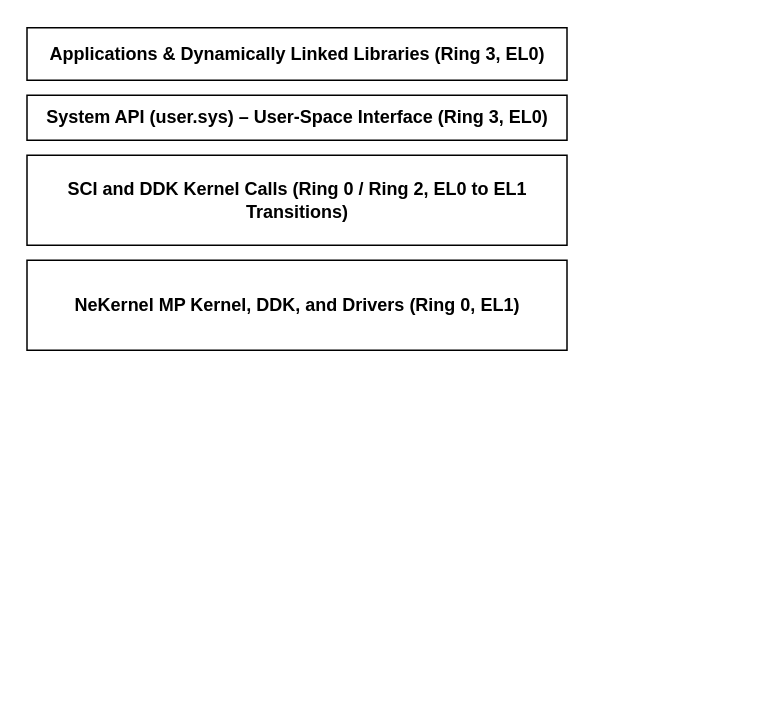
This is docs/drawio/OS_DESIGN.drawio from nekernel-org/nekernel, a draw.io file, before an edit. Source tidied: cells renumbered, new cells numbered last; positions are measured from the earlier drawing's top-left corner, leaving out a move shared by most shapes. Both pictures are drawn from the tidied source at 150%, with x=0, y=0 at pixel (27, 27).
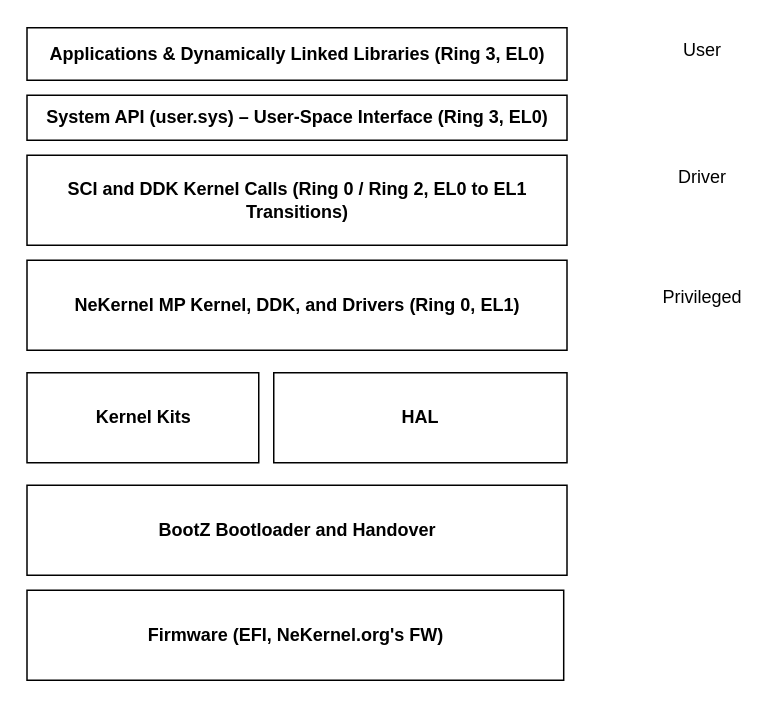
The same page after the edit.

Commit message:
add(drawio): better kernel design diagram.

The edit, as a diff of the source:
```diff
@@
 <mxGraphModel>
   <root>
     <mxCell id="0" />
     <mxCell id="1" parent="0" />
     <mxCell id="2" value="&lt;p class=&quot;p1&quot;&gt;&lt;b&gt;System API (user.sys&lt;/b&gt;&lt;b style=&quot;background-color: transparent;&quot;&gt;) – User-Space Interface (Ring 3, EL0)&lt;/b&gt;&lt;/p&gt;" style="rounded=0;whiteSpace=wrap;html=1;" parent="1" vertex="1">
       <mxGeometry x="-0.5" y="45" width="360" height="30" as="geometry" />
     </mxCell>
     <mxCell id="3" value="&lt;p class=&quot;p1&quot;&gt;&lt;b&gt;Applications &amp;amp; Dynamically Linked Libraries (Ring 3, EL0)&lt;/b&gt;&lt;/p&gt;" style="rounded=0;whiteSpace=wrap;html=1;" parent="1" vertex="1">
       <mxGeometry x="-0.5" width="360" height="35" as="geometry" />
     </mxCell>
     <mxCell id="4" value="&lt;p class=&quot;p1&quot;&gt;&lt;b&gt;NeKernel MP Kernel, DDK, and Drivers (Ring 0, EL1)&lt;/b&gt;&lt;/p&gt;" style="rounded=0;whiteSpace=wrap;html=1;" parent="1" vertex="1">
       <mxGeometry x="-0.5" y="155" width="360" height="60" as="geometry" />
     </mxCell>
     <mxCell id="5" value="&lt;p class=&quot;p1&quot;&gt;&lt;b&gt;SCI and DDK Kernel Calls (Ring 0 / Ring 2, EL0 to EL1 Transitions)&lt;/b&gt;&lt;/p&gt;" style="rounded=0;whiteSpace=wrap;html=1;" parent="1" vertex="1">
       <mxGeometry x="-0.5" y="85" width="360" height="60" as="geometry" />
     </mxCell>
+    <mxCell id="6" value="&lt;p class=&quot;p1&quot;&gt;&lt;b&gt;HAL&lt;/b&gt;&lt;/p&gt;" style="rounded=0;whiteSpace=wrap;html=1;" parent="1" vertex="1">
+      <mxGeometry x="164" y="230" width="195.5" height="60" as="geometry" />
+    </mxCell>
+    <mxCell id="7" value="&lt;p class=&quot;p1&quot;&gt;&lt;b&gt;Kernel Kits&lt;/b&gt;&lt;/p&gt;" style="rounded=0;whiteSpace=wrap;html=1;" parent="1" vertex="1">
+      <mxGeometry x="-0.5" y="230" width="154.5" height="60" as="geometry" />
+    </mxCell>
+    <mxCell id="8" value="&lt;p class=&quot;p1&quot;&gt;&lt;b&gt;BootZ Bootloader and Handover&lt;/b&gt;&lt;/p&gt;" style="rounded=0;whiteSpace=wrap;html=1;" parent="1" vertex="1">
+      <mxGeometry x="-0.5" y="305" width="360" height="60" as="geometry" />
+    </mxCell>
+    <mxCell id="9" value="&lt;p class=&quot;p1&quot;&gt;&lt;b&gt;Firmware (EFI, NeKernel.org's FW)&lt;/b&gt;&lt;/p&gt;" style="rounded=0;whiteSpace=wrap;html=1;" parent="1" vertex="1">
+      <mxGeometry x="-0.5" y="375" width="357.8" height="60" as="geometry" />
+    </mxCell>
+    <mxCell id="10" value="Privileged" style="text;html=1;align=center;verticalAlign=middle;whiteSpace=wrap;rounded=0;" parent="1" vertex="1">
+      <mxGeometry x="419.5" y="165" width="60" height="30" as="geometry" />
+    </mxCell>
+    <mxCell id="11" value="User" style="text;html=1;align=center;verticalAlign=middle;whiteSpace=wrap;rounded=0;" parent="1" vertex="1">
+      <mxGeometry x="419.5" width="60" height="30" as="geometry" />
+    </mxCell>
+    <mxCell id="12" value="Driver" style="text;html=1;align=center;verticalAlign=middle;whiteSpace=wrap;rounded=0;" parent="1" vertex="1">
+      <mxGeometry x="419.5" y="85" width="60" height="30" as="geometry" />
+    </mxCell>
   </root>
 </mxGraphModel>
```
